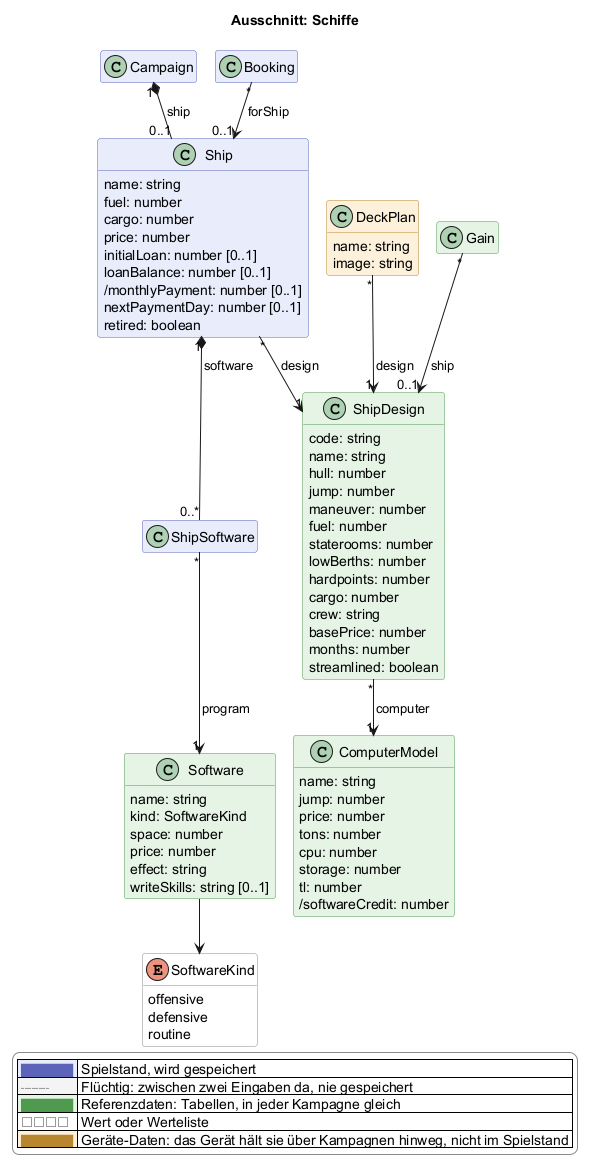
Earlier version of the PlantUML export docs/views/schiffe.png (scuzzar/SRE).
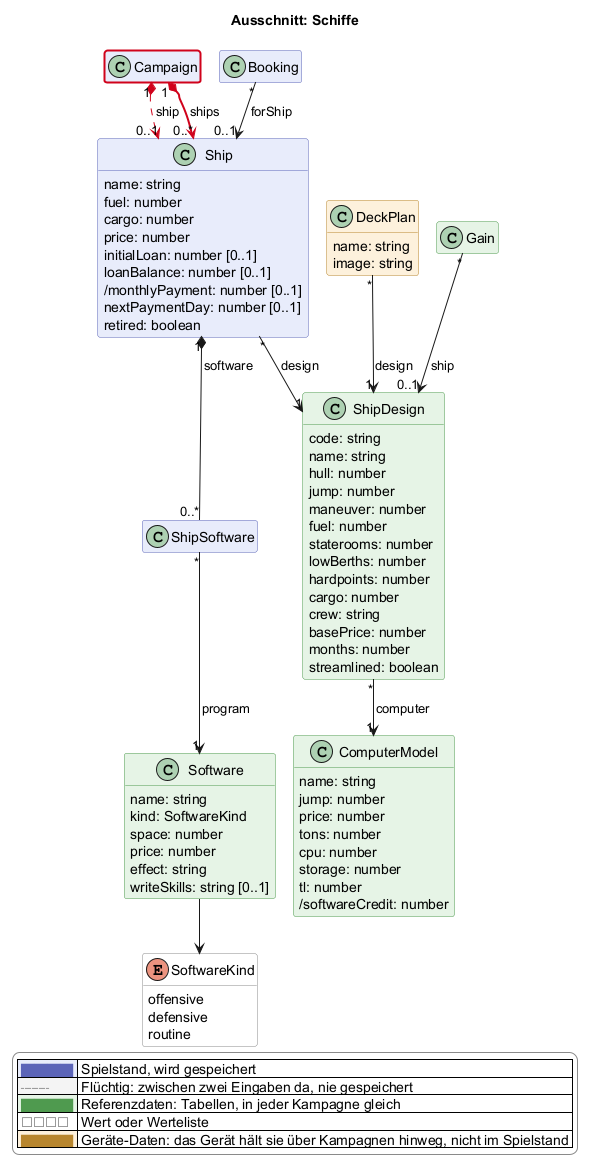
Later version of the same file.

The edit, as a diff of the source:
```diff
@@ -137,7 +137,8 @@
   class Gain <<reference>> $erschaffung
 
 
-Campaign "1" *-- "0..1" Ship : ship
+Campaign "1" *-$goneArrow("2026-11-16c")-> "0..1" Ship : ship
+Campaign "1" *-$newArrow("2026-11-16c")-> "0..*" Ship : ships
 Ship "*" --> "1" ShipDesign : design
 Ship "1" *-- "0..*" ShipSoftware : software
 ShipSoftware "*" --> "1" Software : program
@@ -166,4 +167,5 @@
   |<#ffffff> <color:#8a8a8a>□□□□</color> | Wert oder Werteliste |
   |<#fdf1dc> <color:#b8862e>████</color> | Geräte-Daten: das Gerät hält sie über Kampagnen hinweg, nicht im Spielstand |
 endlegend
+class Campaign #line:d0021b;line.bold
 @enduml
```
